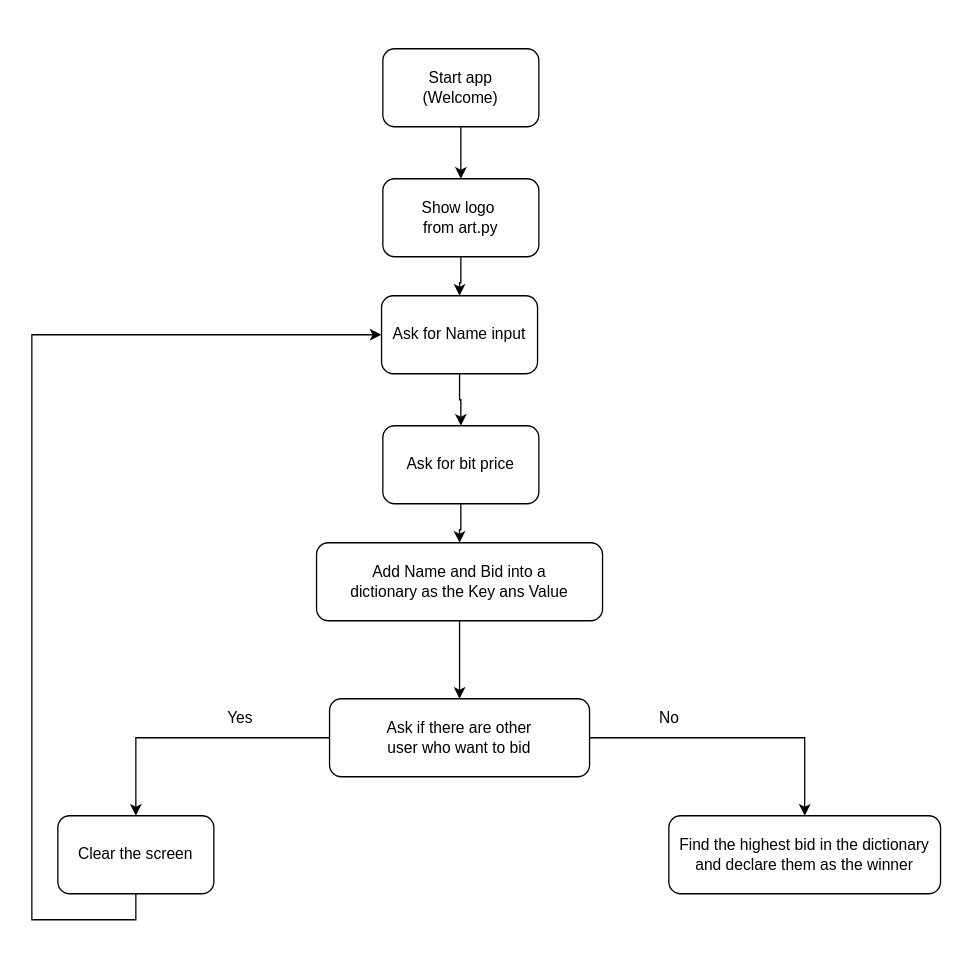
Above: Secret_option_program.drawio in emiliomorles/diagrams.net (draw.io), before the change. Source tidied: cells renumbered, new cells numbered last; positions are measured from the earlier drawing's top-left corner, leaving out a move shared by most shapes. Both pictures are drawn from the tidied source at 130%, with x=0, y=0 at pixel (31, 48).
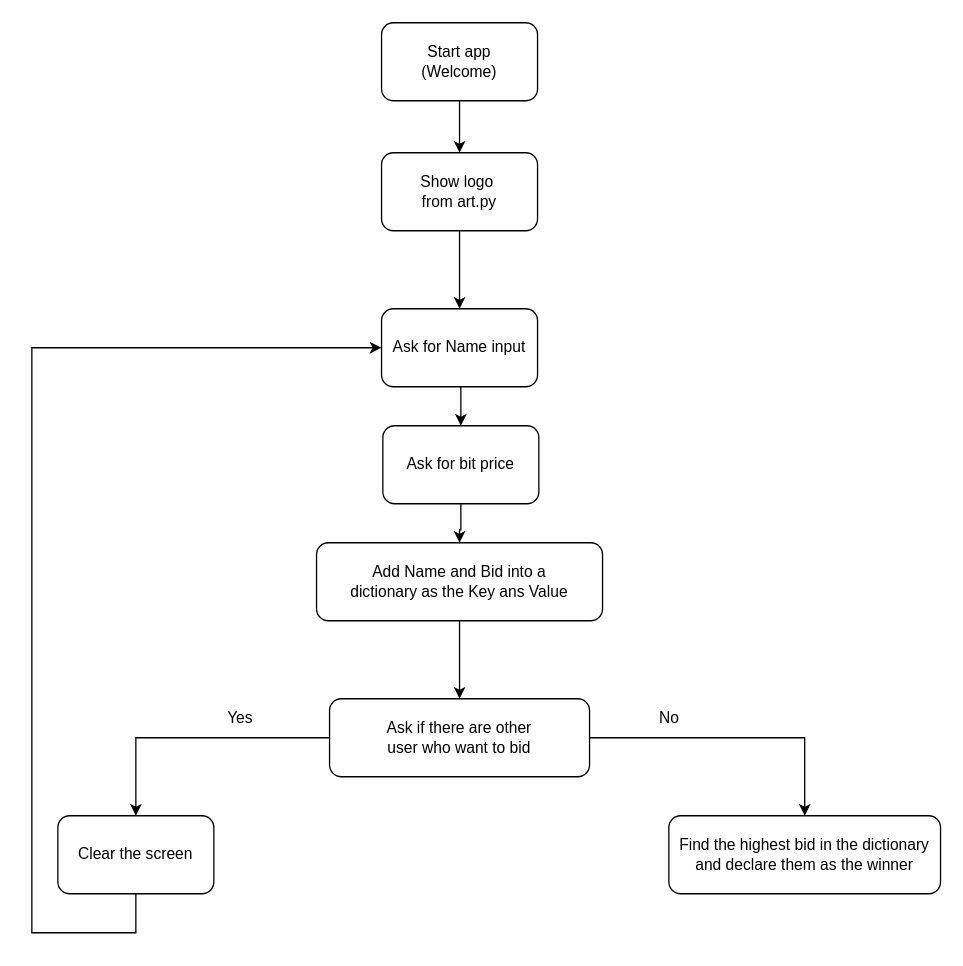
The same diagram, later.

The change refers to these unchanged cells:
```xml
<mxCell id="11" value="Clear the screen" style="whiteSpace=wrap;html=1;rounded=1;" parent="1" vertex="1">
  <mxGeometry x="20" y="590" width="120" height="60" as="geometry" />
</mxCell>
```

Change to the diagram source:
```diff
@@
     <mxCell id="3" value="&lt;div&gt;Start app&lt;/div&gt;(Welcome)" style="rounded=1;whiteSpace=wrap;html=1;" parent="1" vertex="1">
-      <mxGeometry x="270" width="120" height="60" as="geometry" />
+      <mxGeometry x="269" y="-20" width="120" height="60" as="geometry" />
     </mxCell>
-    <mxCell id="4" style="edgeStyle=orthogonalEdgeStyle;rounded=0;jettySize=auto;html=1;" parent="1" edge="1" source="5" target="19">
+    <mxCell id="4" style="edgeStyle=orthogonalEdgeStyle;rounded=0;jettySize=auto;html=1;exitX=0.5;exitY=1;exitDx=0;exitDy=0;entryX=0.5;entryY=0;entryDx=0;entryDy=0;" parent="1" edge="1" source="5" target="19">
       <mxGeometry relative="1" as="geometry" />
     </mxCell>
     <mxCell id="5" value="&lt;div&gt;Show logo&amp;nbsp;&lt;/div&gt;&lt;div&gt;from art.py&lt;br&gt;&lt;/div&gt;" style="whiteSpace=wrap;html=1;rounded=1;" parent="1" vertex="1">
-      <mxGeometry x="270" y="100" width="120" height="60" as="geometry" />
+      <mxGeometry x="269" y="80" width="120" height="60" as="geometry" />
     </mxCell>
@@
     <mxCell id="10" style="edgeStyle=orthogonalEdgeStyle;rounded=0;jettySize=auto;html=1;exitX=0.5;exitY=1;exitDx=0;exitDy=0;entryX=0;entryY=0.5;entryDx=0;entryDy=0;" parent="1" edge="1" source="11" target="19">
       <mxGeometry relative="1" as="geometry">
         <Array as="points">
-          <mxPoint x="80" y="670" />
-          <mxPoint y="670" />
-          <mxPoint y="220" />
+          <mxPoint x="80" y="680" />
+          <mxPoint y="680" />
+          <mxPoint y="230" />
         </Array>
       </mxGeometry>
     </mxCell>
@@
     <mxCell id="19" value="Ask for Name input" style="whiteSpace=wrap;html=1;rounded=1;" parent="1" vertex="1">
-      <mxGeometry x="269" y="190" width="120" height="60" as="geometry" />
+      <mxGeometry x="269" y="200" width="120" height="60" as="geometry" />
     </mxCell>
```
